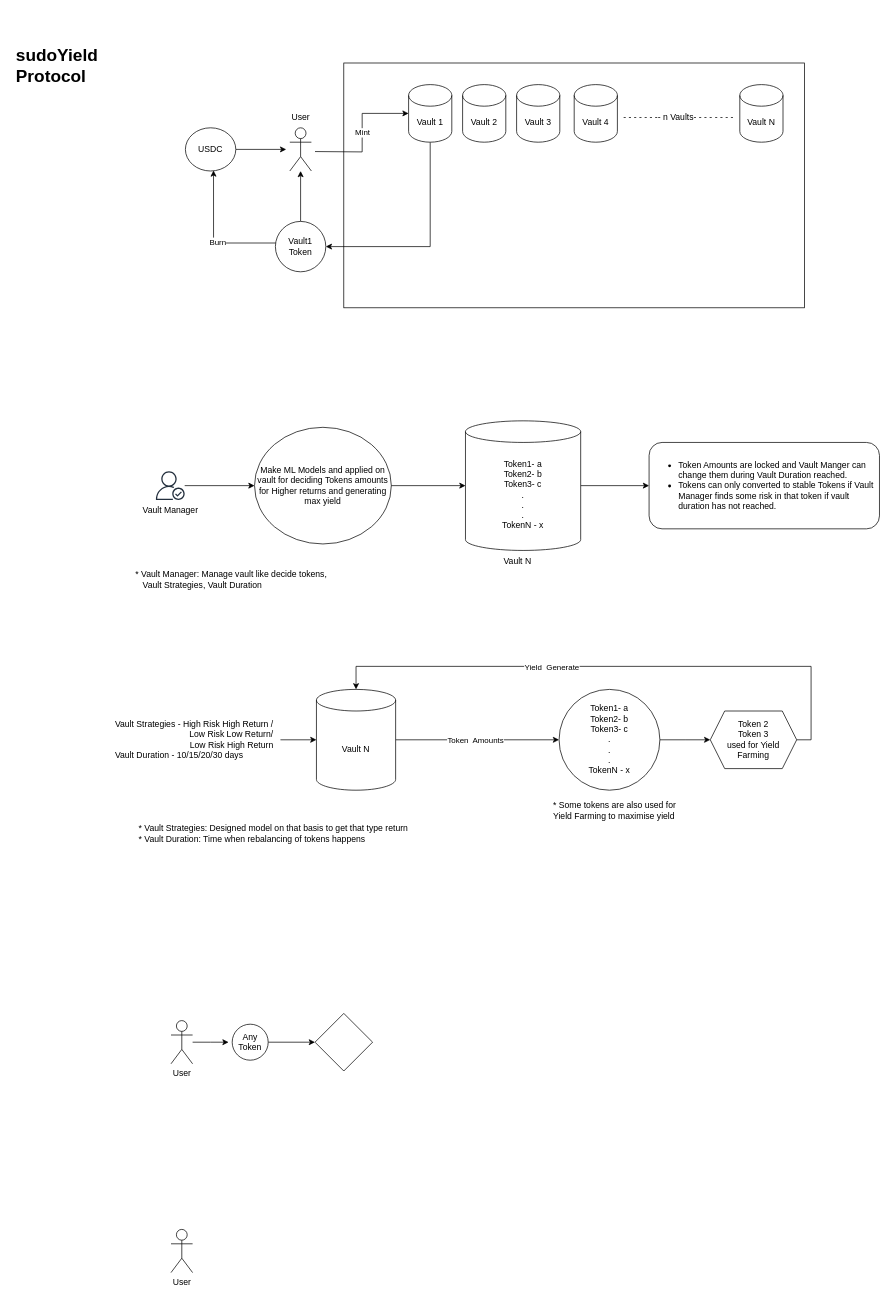
Above: Untitled Diagram.drawio in ChitranshVashney/basicnft (draw.io), before the change. Source tidied: cells renumbered, new cells numbered last; positions are measured from the earlier drawing's top-left corner, leaving out a move shared by most shapes. Both pictures are drawn from the tidied source at 72%, with x=0, y=0 at pixel (12, 41).
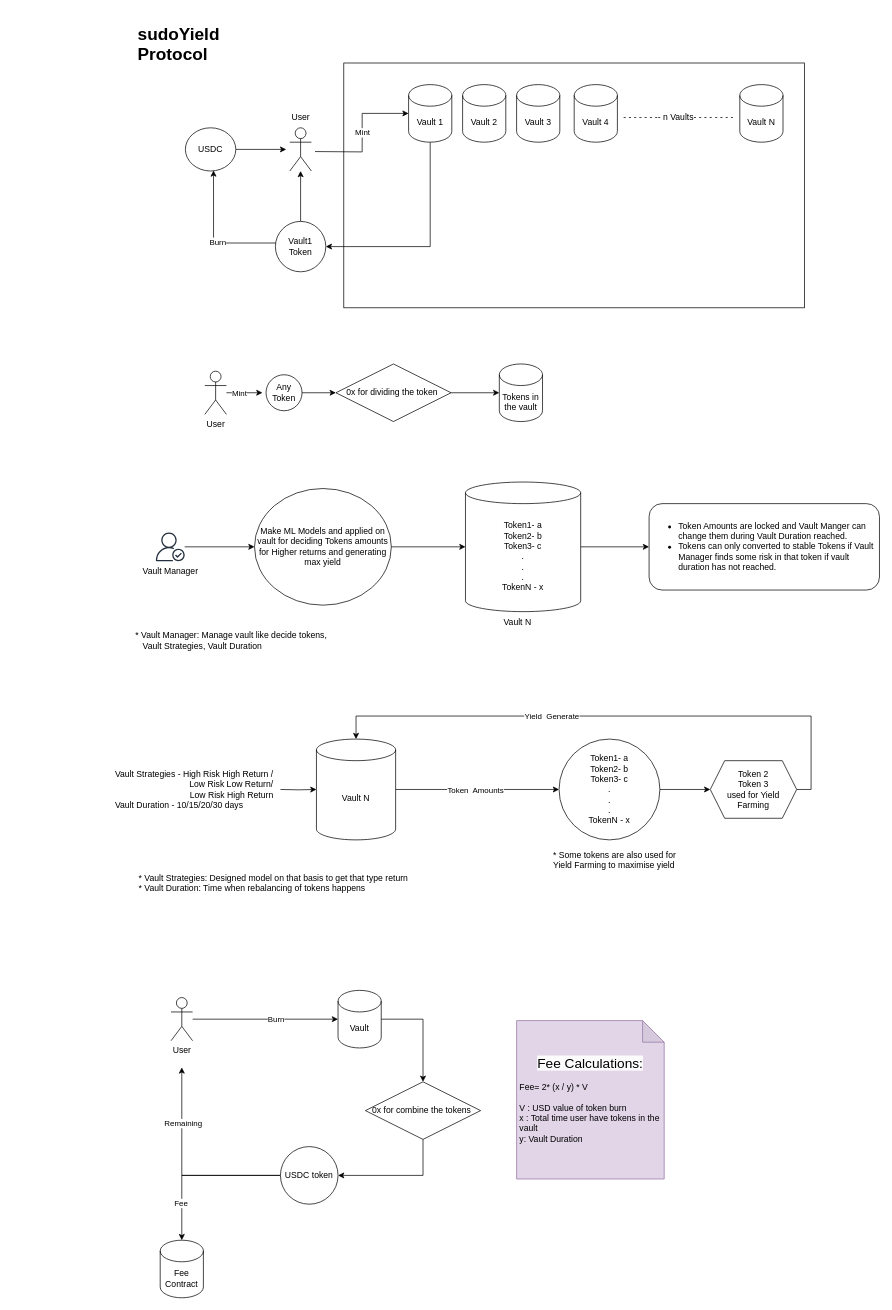
After the change.

Diff of the diagram source:
```diff
@@
     <mxCell id="17" value="Vault N" style="shape=cylinder3;whiteSpace=wrap;html=1;boundedLbl=1;backgroundOutline=1;size=15;" parent="1" vertex="1">
-      <mxGeometry x="422" y="900" width="110" height="140" as="geometry" />
+      <mxGeometry x="422" y="969" width="110" height="140" as="geometry" />
     </mxCell>
     <mxCell id="18" style="edgeStyle=orthogonalEdgeStyle;rounded=0;jettySize=auto;html=1;exitX=1;exitY=0.5;exitDx=0;exitDy=0;" parent="1" edge="1" source="19">
       <mxGeometry relative="1" as="geometry">
-        <mxPoint x="969" y="970" as="targetPoint" />
+        <mxPoint x="969" y="1039" as="targetPoint" />
       </mxGeometry>
     </mxCell>
     <mxCell id="19" value="Token1- a&lt;br&gt;Token2- b&lt;br&gt;Token3- c&lt;br&gt;.&lt;br&gt;.&lt;br&gt;.&lt;br&gt;TokenN - x" style="ellipse;whiteSpace=wrap;html=1;" parent="1" vertex="1">
-      <mxGeometry x="759" y="900" width="140" height="140" as="geometry" />
+      <mxGeometry x="759" y="969" width="140" height="140" as="geometry" />
     </mxCell>
     <mxCell id="20" value="Vault Strategies - High Risk High Return /&lt;br&gt;&lt;div style=&quot;text-align: right;&quot;&gt;&lt;span style=&quot;background-color: initial;&quot;&gt;Low Risk Low Return/&lt;/span&gt;&lt;/div&gt;&lt;div style=&quot;text-align: right;&quot;&gt;&lt;span style=&quot;background-color: initial;&quot;&gt;Low Risk High Return&lt;/span&gt;&lt;/div&gt;&lt;div style=&quot;text-align: left;&quot;&gt;&lt;span style=&quot;background-color: initial;&quot;&gt;Vault Duration - 10/15/20/30 days&lt;/span&gt;&lt;/div&gt;" style="text;html=1;align=center;verticalAlign=middle;points=[];strokeColor=none;fillColor=none;" parent="1" vertex="1">
-      <mxGeometry x="132" y="935" width="240" height="70" as="geometry" />
+      <mxGeometry x="132" y="1004" width="240" height="70" as="geometry" />
     </mxCell>
-    <mxCell id="21" style="edgeStyle=orthogonalEdgeStyle;rounded=0;jettySize=auto;html=1;entryX=0;entryY=0.5;entryDx=0;entryDy=0;entryPerimeter=0;" parent="1" edge="1" source="20" target="17">
-      <mxGeometry relative="1" as="geometry" />
+    <mxCell id="21" style="edgeStyle=orthogonalEdgeStyle;rounded=0;jettySize=auto;html=1;entryX=0;entryY=0.5;entryDx=0;entryDy=0;entryPerimeter=0;" parent="1" edge="1" target="17">
+      <mxGeometry relative="1" as="geometry">
+        <mxPoint x="372" y="1039" as="sourcePoint" />
+      </mxGeometry>
     </mxCell>
     <mxCell id="22" value="&lt;div style=&quot;text-align: left;&quot;&gt;&lt;span style=&quot;background-color: initial;&quot;&gt;* Vault Strategies: Designed model on that basis to get that type return&lt;/span&gt;&lt;/div&gt;&lt;div style=&quot;text-align: left;&quot;&gt;&lt;span style=&quot;background-color: initial;&quot;&gt;* Vault Duration: Time when rebalancing of tokens happens&lt;/span&gt;&lt;/div&gt;" style="text;html=1;align=center;verticalAlign=middle;strokeColor=none;fillColor=none;" parent="1" vertex="1">
-      <mxGeometry x="162" y="1080" width="400" height="40" as="geometry" />
+      <mxGeometry x="162" y="1149" width="400" height="40" as="geometry" />
     </mxCell>
@@
-    <mxCell id="26" value="&lt;h1&gt;sudoYield Protocol&lt;/h1&gt;&lt;p&gt;&lt;br&gt;&lt;/p&gt;" style="text;html=1;strokeColor=none;fillColor=none;spacing=5;spacingTop=-20;whiteSpace=wrap;overflow=hidden;rounded=0;" parent="1" vertex="1">
-      <mxGeometry width="200" height="120" as="geometry" />
+    <mxCell id="26" value="&lt;h1&gt;sudoYield Protocol&lt;/h1&gt;" style="text;html=1;strokeColor=none;fillColor=none;spacing=5;spacingTop=-20;whiteSpace=wrap;overflow=hidden;rounded=0;" parent="1" vertex="1">
+      <mxGeometry x="169" y="-30" width="131" height="60" as="geometry" />
     </mxCell>
     <mxCell id="27" value="* Some tokens are also used for&lt;br&gt;Yield Farming to maximise yield" style="text;html=1;align=left;verticalAlign=middle;strokeColor=none;fillColor=none;labelBackgroundColor=none;labelBorderColor=none;" parent="1" vertex="1">
-      <mxGeometry x="749" y="1048" width="190" height="40" as="geometry" />
+      <mxGeometry x="749" y="1117" width="190" height="40" as="geometry" />
     </mxCell>
     <mxCell id="28" style="edgeStyle=orthogonalEdgeStyle;rounded=0;jettySize=auto;html=1;exitX=1;exitY=0.5;exitDx=0;exitDy=0;entryX=0.5;entryY=0;entryDx=0;entryDy=0;entryPerimeter=0;" parent="1" edge="1" source="30" target="17">
       <mxGeometry relative="1" as="geometry">
         <Array as="points">
-          <mxPoint x="1109" y="970" />
-          <mxPoint x="1109" y="868" />
-          <mxPoint x="477" y="868" />
+          <mxPoint x="1109" y="1039" />
+          <mxPoint x="1109" y="937" />
+          <mxPoint x="477" y="937" />
         </Array>
       </mxGeometry>
     </mxCell>
@@
     <mxCell id="30" value="Token 2&lt;br&gt;Token 3&lt;br&gt;used for Yield Farming" style="shape=hexagon;perimeter=hexagonPerimeter2;whiteSpace=wrap;html=1;fixedSize=1;" parent="1" vertex="1">
-      <mxGeometry x="969" y="930" width="120" height="80" as="geometry" />
+      <mxGeometry x="969" y="999" width="120" height="80" as="geometry" />
     </mxCell>
@@
     <mxCell id="33" style="sketch=0;outlineConnect=0;fontColor=#232F3E;gradientColor=none;fillColor=#232F3D;strokeColor=none;dashed=0;verticalLabelPosition=bottom;verticalAlign=top;align=center;html=1;fontSize=12;fontStyle=0;shape=mxgraph.aws4.authenticated_user;" parent="1" vertex="1">
-      <mxGeometry x="199" y="597" width="40" height="40" as="geometry" />
+      <mxGeometry x="199" y="682" width="40" height="40" as="geometry" />
     </mxCell>
     <mxCell id="34" value="Vault Manager" style="text;html=1;align=center;verticalAlign=middle;strokeColor=none;fillColor=none;" parent="1" vertex="1">
-      <mxGeometry x="169" y="636" width="100" height="30" as="geometry" />
+      <mxGeometry x="169" y="721" width="100" height="30" as="geometry" />
     </mxCell>
@@
     <mxCell id="36" value="Token1- a&lt;br style=&quot;border-color: var(--border-color);&quot;&gt;Token2- b&lt;br style=&quot;border-color: var(--border-color);&quot;&gt;Token3- c&lt;br style=&quot;border-color: var(--border-color);&quot;&gt;.&lt;br style=&quot;border-color: var(--border-color);&quot;&gt;.&lt;br style=&quot;border-color: var(--border-color);&quot;&gt;.&lt;br style=&quot;border-color: var(--border-color);&quot;&gt;TokenN - x" style="shape=cylinder3;whiteSpace=wrap;html=1;boundedLbl=1;backgroundOutline=1;size=15;" parent="1" vertex="1">
-      <mxGeometry x="629" y="527" width="160" height="180" as="geometry" />
+      <mxGeometry x="629" y="612" width="160" height="180" as="geometry" />
     </mxCell>
     <mxCell id="37" value="* Vault Manager: Manage vault like decide tokens, &lt;br&gt;&amp;nbsp; &amp;nbsp;Vault Strategies, Vault Duration" style="text;html=1;align=left;verticalAlign=middle;strokeColor=none;fillColor=none;" parent="1" vertex="1">
-      <mxGeometry x="169" y="727" width="290" height="40" as="geometry" />
+      <mxGeometry x="169" y="812" width="290" height="40" as="geometry" />
     </mxCell>
     <mxCell id="38" value="Make ML Models and applied on vault for deciding Tokens amounts for Higher returns and generating max yield" style="ellipse;whiteSpace=wrap;html=1;" parent="1" vertex="1">
-      <mxGeometry x="336" y="536" width="190" height="162" as="geometry" />
+      <mxGeometry x="336" y="621" width="190" height="162" as="geometry" />
     </mxCell>
@@
     <mxCell id="40" value="Vault N" style="text;html=1;align=center;verticalAlign=middle;strokeColor=none;fillColor=none;" parent="1" vertex="1">
-      <mxGeometry x="671" y="707" width="60" height="30" as="geometry" />
+      <mxGeometry x="671" y="792" width="60" height="30" as="geometry" />
     </mxCell>
     <mxCell id="41" value="&lt;ul style=&quot;border-color: var(--border-color); text-align: left;&quot;&gt;&lt;li style=&quot;border-color: var(--border-color);&quot;&gt;Token Amounts are locked and Vault Manger can change them during Vault Duration reached.&lt;/li&gt;&lt;li style=&quot;border-color: var(--border-color);&quot;&gt;Tokens can only converted to stable Tokens if Vault Manager finds some risk in that token if vault duration has not reached.&lt;/li&gt;&lt;/ul&gt;" style="rounded=1;whiteSpace=wrap;html=1;" parent="1" vertex="1">
-      <mxGeometry x="884" y="557" width="320" height="120" as="geometry" />
+      <mxGeometry x="884" y="642" width="320" height="120" as="geometry" />
     </mxCell>
     <mxCell id="42" style="edgeStyle=orthogonalEdgeStyle;rounded=0;jettySize=auto;html=1;" parent="1" edge="1" source="43">
       <mxGeometry relative="1" as="geometry">
-        <mxPoint x="300" y="1390" as="targetPoint" />
+        <mxPoint x="347" y="488" as="targetPoint" />
       </mxGeometry>
     </mxCell>
+    <mxCell id="48" value="Mint" style="edgeLabel;html=1;align=center;verticalAlign=middle;" parent="42" vertex="1">
+      <mxGeometry x="-0.33" relative="1" as="geometry" />
+    </mxCell>
     <mxCell id="43" value="User" style="shape=umlActor;verticalLabelPosition=bottom;verticalAlign=top;html=1;outlineConnect=0;" parent="1" vertex="1">
-      <mxGeometry x="220" y="1360" width="30" height="60" as="geometry" />
+      <mxGeometry x="267" y="458" width="30" height="60" as="geometry" />
     </mxCell>
+    <mxCell id="49" style="edgeStyle=orthogonalEdgeStyle;rounded=0;jettySize=auto;html=1;" parent="1" edge="1" source="44" target="54">
+      <mxGeometry relative="1" as="geometry" />
+    </mxCell>
+    <mxCell id="50" value="Burn" style="edgeLabel;html=1;align=center;verticalAlign=middle;" parent="49" vertex="1">
+      <mxGeometry x="0.14" y="1" relative="1" as="geometry" />
+    </mxCell>
     <mxCell id="44" value="User" style="shape=umlActor;verticalLabelPosition=bottom;verticalAlign=top;html=1;outlineConnect=0;" parent="1" vertex="1">
-      <mxGeometry x="220" y="1650" width="30" height="60" as="geometry" />
+      <mxGeometry x="220" y="1328" width="30" height="60" as="geometry" />
     </mxCell>
@@
     <mxCell id="46" value="Any Token" style="ellipse;whiteSpace=wrap;html=1;" parent="1" vertex="1">
-      <mxGeometry x="305" y="1365" width="50" height="50" as="geometry" />
+      <mxGeometry x="352" y="463" width="50" height="50" as="geometry" />
     </mxCell>
-    <mxCell id="47" style="rhombus;whiteSpace=wrap;html=1;" parent="1" vertex="1">
-      <mxGeometry x="420" y="1350" width="80" height="80" as="geometry" />
+    <mxCell id="47" value="0x for dividing the token&amp;nbsp;" style="rhombus;whiteSpace=wrap;html=1;" parent="1" vertex="1">
+      <mxGeometry x="449" y="448" width="160" height="80" as="geometry" />
     </mxCell>
+    <mxCell id="51" value="Tokens in the vault" style="shape=cylinder3;whiteSpace=wrap;html=1;boundedLbl=1;backgroundOutline=1;size=15;" parent="1" vertex="1">
+      <mxGeometry x="676" y="448" width="60" height="80" as="geometry" />
+    </mxCell>
+    <mxCell id="52" style="edgeStyle=orthogonalEdgeStyle;rounded=0;jettySize=auto;html=1;exitX=1;exitY=0.5;exitDx=0;exitDy=0;entryX=0;entryY=0.5;entryDx=0;entryDy=0;entryPerimeter=0;" parent="1" edge="1" source="47" target="51">
+      <mxGeometry relative="1" as="geometry" />
+    </mxCell>
+    <mxCell id="53" style="edgeStyle=orthogonalEdgeStyle;rounded=0;jettySize=auto;html=1;exitX=1;exitY=0.5;exitDx=0;exitDy=0;exitPerimeter=0;entryX=0.5;entryY=0;entryDx=0;entryDy=0;" parent="1" edge="1" source="54" target="61">
+      <mxGeometry relative="1" as="geometry" />
+    </mxCell>
+    <mxCell id="54" value="Vault" style="shape=cylinder3;whiteSpace=wrap;html=1;boundedLbl=1;backgroundOutline=1;size=15;" parent="1" vertex="1">
+      <mxGeometry x="452" y="1318" width="60" height="80" as="geometry" />
+    </mxCell>
+    <mxCell id="55" style="edgeStyle=orthogonalEdgeStyle;rounded=0;jettySize=auto;html=1;" parent="1" edge="1" source="59">
+      <mxGeometry relative="1" as="geometry">
+        <mxPoint x="235" y="1425" as="targetPoint" />
+        <Array as="points">
+          <mxPoint x="235" y="1575" />
+        </Array>
+      </mxGeometry>
+    </mxCell>
+    <mxCell id="56" value="Remaining" style="edgeLabel;html=1;align=center;verticalAlign=middle;" parent="55" vertex="1">
+      <mxGeometry x="0.46" y="-1" relative="1" as="geometry" />
+    </mxCell>
+    <mxCell id="57" style="edgeStyle=orthogonalEdgeStyle;rounded=0;jettySize=auto;html=1;" parent="1" edge="1" source="59" target="62">
+      <mxGeometry relative="1" as="geometry" />
+    </mxCell>
+    <mxCell id="58" value="Fee" style="edgeLabel;html=1;align=center;verticalAlign=middle;" parent="57" vertex="1">
+      <mxGeometry x="0.54" y="-2" relative="1" as="geometry" />
+    </mxCell>
+    <mxCell id="59" value="USDC token" style="ellipse;whiteSpace=wrap;html=1;" parent="1" vertex="1">
+      <mxGeometry x="372" y="1535" width="80" height="80" as="geometry" />
+    </mxCell>
+    <mxCell id="60" style="edgeStyle=orthogonalEdgeStyle;rounded=0;jettySize=auto;html=1;exitX=0.5;exitY=1;exitDx=0;exitDy=0;entryX=1;entryY=0.5;entryDx=0;entryDy=0;" parent="1" edge="1" source="61" target="59">
+      <mxGeometry relative="1" as="geometry" />
+    </mxCell>
+    <mxCell id="61" value="0x for combine the tokens&amp;nbsp;" style="rhombus;whiteSpace=wrap;html=1;" parent="1" vertex="1">
+      <mxGeometry x="490" y="1445" width="160" height="80" as="geometry" />
+    </mxCell>
+    <mxCell id="62" value="Fee Contract" style="shape=cylinder3;whiteSpace=wrap;html=1;boundedLbl=1;backgroundOutline=1;size=15;" parent="1" vertex="1">
+      <mxGeometry x="205" y="1665" width="60" height="80" as="geometry" />
+    </mxCell>
+    <mxCell id="63" value="&lt;span style=&quot;color: rgb(0, 0, 0); font-family: Helvetica; font-size: 19px; font-style: normal; font-variant-ligatures: normal; font-variant-caps: normal; font-weight: 400; letter-spacing: normal; orphans: 2; text-align: center; text-indent: 0px; text-transform: none; widows: 2; word-spacing: 0px; -webkit-text-stroke-width: 0px; background-color: rgb(251, 251, 251); text-decoration-thickness: initial; text-decoration-style: initial; text-decoration-color: initial; float: none; display: inline !important;&quot;&gt;Fee Calculations:&lt;br&gt;&lt;/span&gt;&lt;br&gt;&lt;div style=&quot;text-align: left;&quot;&gt;&lt;span style=&quot;background-color: initial;&quot;&gt;&amp;nbsp;Fee= 2* (x / y) * V&lt;/span&gt;&lt;/div&gt;&lt;div style=&quot;text-align: left;&quot;&gt;&lt;span style=&quot;background-color: initial;&quot;&gt;&lt;br&gt;&lt;/span&gt;&lt;/div&gt;&lt;div style=&quot;text-align: left;&quot;&gt;&lt;span style=&quot;background-color: initial;&quot;&gt;&amp;nbsp;V : USD value of token burn&lt;/span&gt;&lt;/div&gt;&lt;span style=&quot;&quot;&gt;&lt;div style=&quot;text-align: left;&quot;&gt;&lt;span style=&quot;background-color: initial;&quot;&gt;&amp;nbsp;x : Total time user have tokens in the&amp;nbsp; &amp;nbsp;vault&lt;/span&gt;&lt;/div&gt;&lt;/span&gt;&lt;span style=&quot;&quot;&gt;&lt;div style=&quot;text-align: left;&quot;&gt;&lt;span style=&quot;background-color: initial;&quot;&gt;&amp;nbsp;y: Vault Duration&lt;/span&gt;&lt;/div&gt;&lt;/span&gt;" style="shape=note;whiteSpace=wrap;html=1;backgroundOutline=1;darkOpacity=0.05;fillColor=#e1d5e7;strokeColor=#9673a6;" parent="1" vertex="1">
+      <mxGeometry x="700" y="1360" width="205" height="220" as="geometry" />
+    </mxCell>
```
